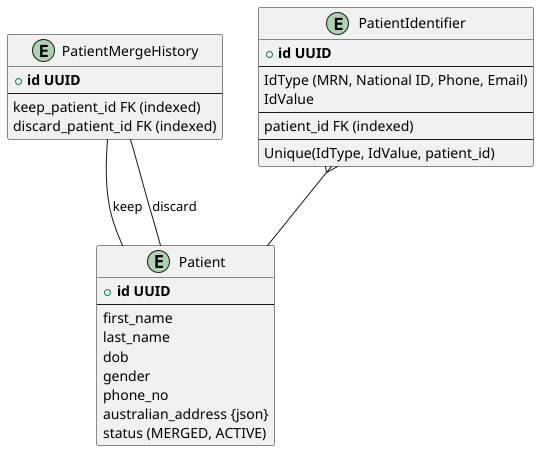
Earlier version of the PlantUML export design/Patient.png (ngurahbas/test2).
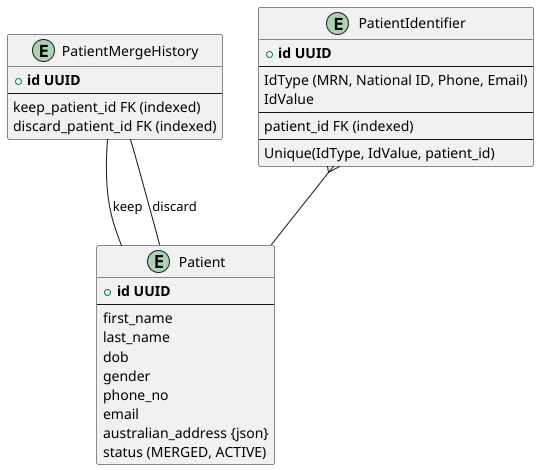
The same diagram one commit later.

Commit message:
Add email attribute to Patient UML diagram

The edit, as a diff of the source:
```diff
@@ -7,6 +7,7 @@
     dob
     gender
     phone_no
+    email
     australian_address {json}
     status (MERGED, ACTIVE)
 }
```
